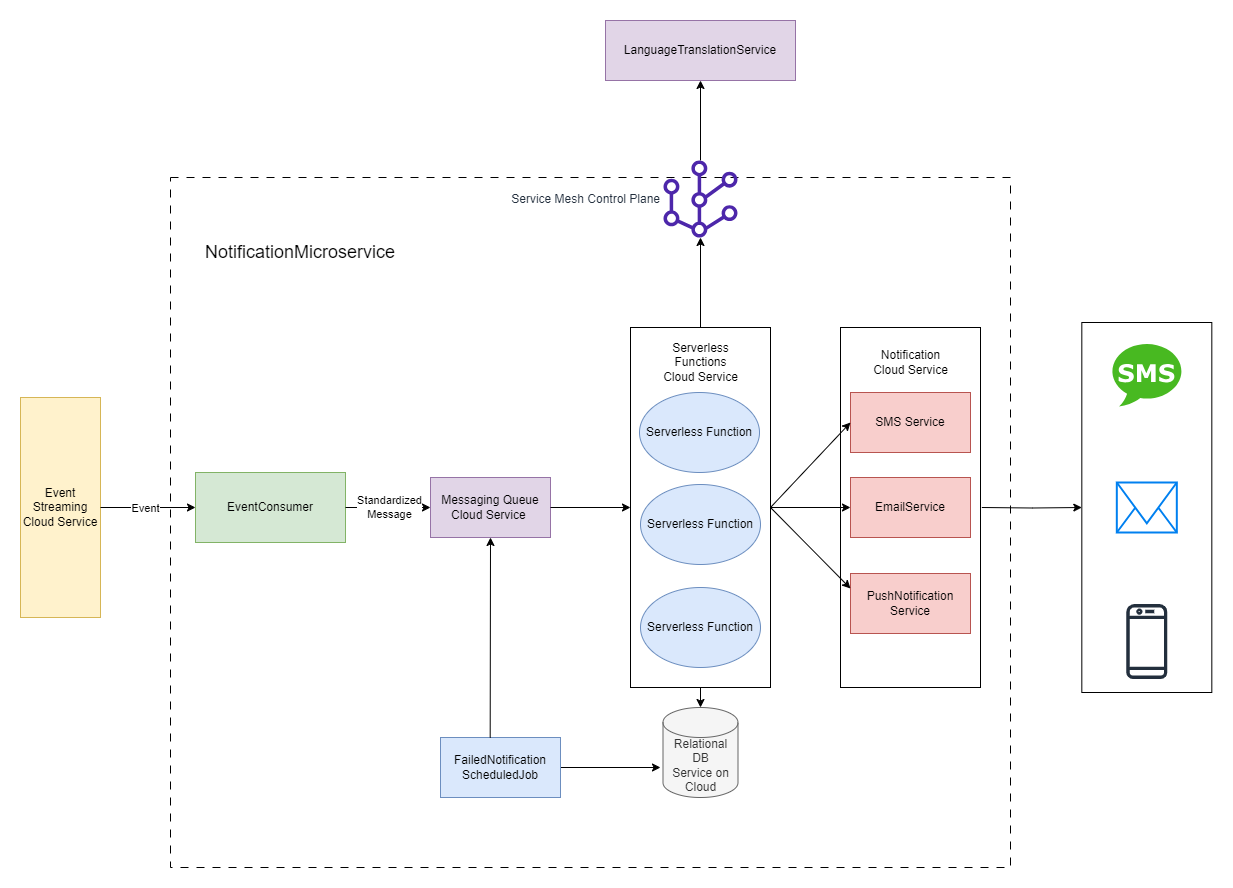
The draw.io diagram Diagrams/IndividualComponentDiagrams/NotificationService.drawio.png in beyond-blueprints/arch-katas-2023, before a commit. Source tidied: cells renumbered, new cells last; positions are measured from the earlier drawing's top-left corner, leaving out a move shared by most shapes.
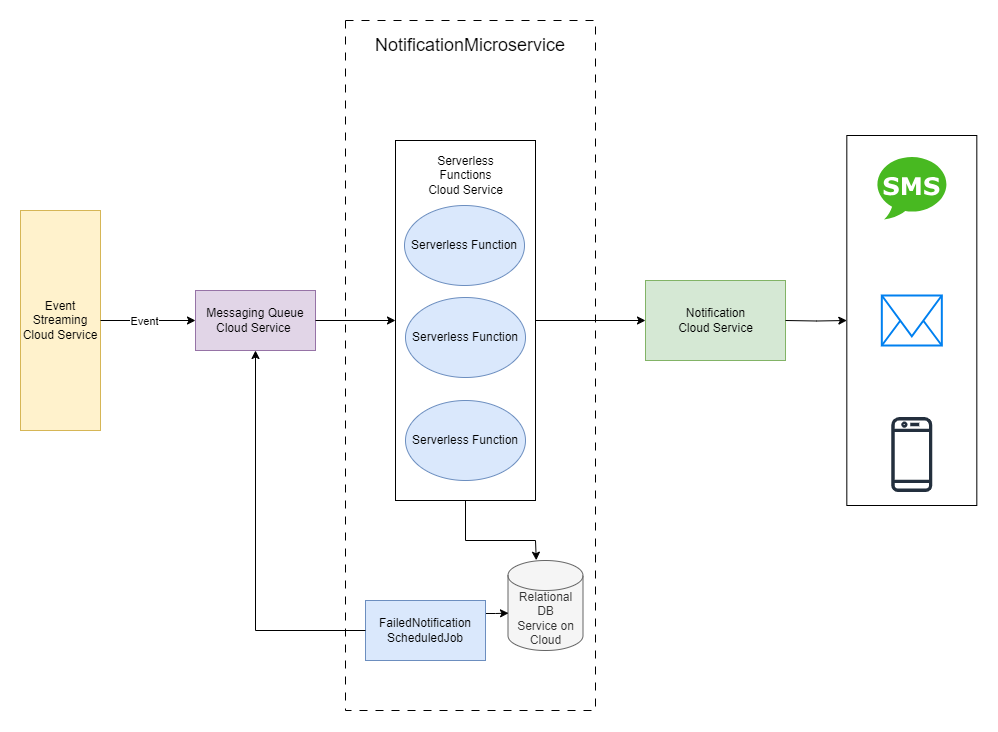
The same diagram one commit later.

Commit message:
notification diagram update

The edit, as a diff of the source:
```diff
@@ -3,20 +3,17 @@
     <mxCell id="0" />
     <mxCell id="1" parent="0" />
     <mxCell id="2" style="rounded=0;whiteSpace=wrap;html=1;align=right;fontSize=18;labelPosition=left;verticalLabelPosition=top;verticalAlign=bottom;horizontal=1;dashed=1;dashPattern=8 8;fillStyle=dots;strokeColor=default;fillColor=none;" parent="1" vertex="1">
-      <mxGeometry x="150" y="157" width="840" height="690" as="geometry" />
+      <mxGeometry x="560" y="187" width="250" height="690" as="geometry" />
     </mxCell>
-    <mxCell id="3" style="rounded=0;whiteSpace=wrap;html=1;" parent="1" vertex="1">
-      <mxGeometry x="820" y="307" width="140" height="360" as="geometry" />
+    <mxCell id="3" style="rounded=0;whiteSpace=wrap;html=1;fillColor=#d5e8d4;strokeColor=#82b366;" parent="1" vertex="1">
+      <mxGeometry x="860" y="447" width="140" height="80" as="geometry" />
     </mxCell>
     <mxCell id="4" style="rounded=0;whiteSpace=wrap;html=1;" parent="1" vertex="1">
       <mxGeometry x="610" y="307" width="140" height="360" as="geometry" />
     </mxCell>
     <mxCell id="5" value="Event Streaming Cloud Service" style="rounded=0;whiteSpace=wrap;html=1;fillColor=#fff2cc;strokeColor=#d6b656;" parent="1" vertex="1">
-      <mxGeometry y="377" width="80" height="220" as="geometry" />
+      <mxGeometry x="235" y="377" width="80" height="220" as="geometry" />
     </mxCell>
-    <mxCell id="6" value="EventConsumer" style="rounded=0;whiteSpace=wrap;html=1;fillColor=#d5e8d4;strokeColor=#82b366;" parent="1" vertex="1">
-      <mxGeometry x="175" y="452" width="150" height="70" as="geometry" />
-    </mxCell>
     <mxCell id="7" value="Serverless Function" style="ellipse;whiteSpace=wrap;html=1;fillColor=#dae8fc;strokeColor=#6c8ebf;" parent="1" vertex="1">
       <mxGeometry x="619" y="372" width="120" height="80" as="geometry" />
     </mxCell>
@@ -24,10 +21,12 @@
       <mxGeometry x="620" y="567" width="120" height="80" as="geometry" />
     </mxCell>
     <mxCell id="9" value="Relational&lt;br&gt;DB&lt;br&gt;Service on Cloud" style="shape=cylinder3;whiteSpace=wrap;html=1;boundedLbl=1;backgroundOutline=1;size=15;fillColor=#f5f5f5;strokeColor=#666666;fontColor=#333333;" parent="1" vertex="1">
-      <mxGeometry x="642.5" y="687" width="75" height="90" as="geometry" />
+      <mxGeometry x="722.5" y="727" width="75" height="90" as="geometry" />
     </mxCell>
-    <mxCell id="10" style="endArrow=classic;html=1;rounded=0;exitX=1;exitY=0.5;exitDx=0;exitDy=0;entryX=0;entryY=0.5;entryDx=0;entryDy=0;" parent="1" edge="1" source="5" target="6">
-      <mxGeometry relative="1" as="geometry" />
+    <mxCell id="10" style="endArrow=classic;html=1;rounded=0;exitX=1;exitY=0.5;exitDx=0;exitDy=0;entryX=0;entryY=0.5;entryDx=0;entryDy=0;" parent="1" edge="1" source="5">
+      <mxGeometry relative="1" as="geometry">
+        <mxPoint x="410" y="487" as="targetPoint" />
+      </mxGeometry>
     </mxCell>
     <mxCell id="11" value="Event" style="edgeLabel;html=1;align=center;verticalAlign=middle;" parent="10" vertex="1">
       <mxGeometry x="0.4" y="-1" relative="1" as="geometry">
@@ -37,72 +36,49 @@
     <mxCell id="12" value="Messaging Queue Cloud Service&amp;nbsp;" style="rounded=0;whiteSpace=wrap;html=1;fillColor=#e1d5e7;strokeColor=#9673a6;" parent="1" vertex="1">
       <mxGeometry x="410" y="457" width="120" height="60" as="geometry" />
     </mxCell>
-    <mxCell id="13" value="SMS Service" style="rounded=0;whiteSpace=wrap;html=1;fillColor=#f8cecc;strokeColor=#b85450;" parent="1" vertex="1">
-      <mxGeometry x="830" y="372" width="120" height="60" as="geometry" />
-    </mxCell>
-    <mxCell id="14" value="EmailService" style="rounded=0;whiteSpace=wrap;html=1;fillColor=#f8cecc;strokeColor=#b85450;" parent="1" vertex="1">
-      <mxGeometry x="830" y="457" width="120" height="60" as="geometry" />
-    </mxCell>
-    <mxCell id="15" value="PushNotification&lt;br&gt;Service" style="rounded=0;whiteSpace=wrap;html=1;fillColor=#f8cecc;strokeColor=#b85450;" parent="1" vertex="1">
-      <mxGeometry x="830" y="553" width="120" height="60" as="geometry" />
-    </mxCell>
-    <mxCell id="16" style="endArrow=classic;html=1;rounded=0;exitX=1;exitY=0.5;exitDx=0;exitDy=0;entryX=0;entryY=0.5;entryDx=0;entryDy=0;" parent="1" edge="1" source="6" target="12">
-      <mxGeometry relative="1" as="geometry" />
-    </mxCell>
-    <mxCell id="17" value="Standardized &lt;br&gt;Message" style="edgeLabel;html=1;align=center;verticalAlign=middle;" parent="16" vertex="1">
-      <mxGeometry x="-0.03" y="1" relative="1" as="geometry" />
-    </mxCell>
-    <mxCell id="18" style="endArrow=classic;html=1;rounded=0;exitX=0;exitY=0.5;exitDx=0;exitDy=0;" parent="1" edge="1" source="19">
-      <mxGeometry relative="1" as="geometry">
-        <mxPoint x="640" y="747" as="targetPoint" />
-      </mxGeometry>
-    </mxCell>
+    <mxCell id="39" style="edgeStyle=orthogonalEdgeStyle;rounded=0;jettySize=auto;html=1;entryX=0.007;entryY=0.585;entryDx=0;entryDy=0;entryPerimeter=0;" parent="1" edge="1" source="19" target="9">
+      <mxGeometry relative="1" as="geometry">
+        <Array as="points">
+          <mxPoint x="710" y="780" />
+          <mxPoint x="710" y="780" />
+        </Array>
+      </mxGeometry>
+    </mxCell>
     <mxCell id="19" value="FailedNotification&lt;br style=&quot;border-color: var(--border-color);&quot;&gt;ScheduledJob" style="rounded=0;whiteSpace=wrap;html=1;fillColor=#dae8fc;strokeColor=#6c8ebf;" parent="1" vertex="1">
-      <mxGeometry x="420" y="717" width="120" height="60" as="geometry" />
+      <mxGeometry x="580" y="767" width="120" height="60" as="geometry" />
     </mxCell>
     <mxCell id="20" value="Serverless Function" style="ellipse;whiteSpace=wrap;html=1;fillColor=#dae8fc;strokeColor=#6c8ebf;" parent="1" vertex="1">
       <mxGeometry x="620" y="464" width="120" height="80" as="geometry" />
     </mxCell>
-    <mxCell id="21" style="endArrow=classic;html=1;rounded=0;exitX=0.414;exitY=0.003;exitDx=0;exitDy=0;exitPerimeter=0;entryX=0.5;entryY=1;entryDx=0;entryDy=0;" parent="1" edge="1" source="19" target="12">
-      <mxGeometry relative="1" as="geometry" />
+    <mxCell id="21" style="endArrow=classic;html=1;rounded=0;exitX=0;exitY=0.5;exitDx=0;exitDy=0;entryX=0.5;entryY=1;entryDx=0;entryDy=0;" parent="1" edge="1" source="19" target="12">
+      <mxGeometry relative="1" as="geometry">
+        <Array as="points">
+          <mxPoint x="470" y="797" />
+        </Array>
+      </mxGeometry>
     </mxCell>
     <mxCell id="22" style="endArrow=classic;html=1;rounded=0;exitX=1;exitY=0.5;exitDx=0;exitDy=0;entryX=0;entryY=0.5;entryDx=0;entryDy=0;" parent="1" edge="1" source="12" target="4">
       <mxGeometry relative="1" as="geometry" />
     </mxCell>
-    <mxCell id="23" style="endArrow=classic;html=1;rounded=0;exitX=1;exitY=0.5;exitDx=0;exitDy=0;entryX=0;entryY=0.5;entryDx=0;entryDy=0;" parent="1" edge="1" source="4" target="13">
-      <mxGeometry relative="1" as="geometry" />
-    </mxCell>
-    <mxCell id="24" style="endArrow=classic;html=1;rounded=0;exitX=1;exitY=0.5;exitDx=0;exitDy=0;entryX=0;entryY=0.25;entryDx=0;entryDy=0;" parent="1" edge="1" source="4" target="15">
-      <mxGeometry relative="1" as="geometry" />
-    </mxCell>
-    <mxCell id="25" style="endArrow=classic;html=1;rounded=0;exitX=1;exitY=0.5;exitDx=0;exitDy=0;entryX=0;entryY=0.5;entryDx=0;entryDy=0;" parent="1" edge="1" source="4" target="14">
-      <mxGeometry relative="1" as="geometry" />
+    <mxCell id="25" style="endArrow=classic;html=1;rounded=0;exitX=1;exitY=0.5;exitDx=0;exitDy=0;" parent="1" edge="1" source="4">
+      <mxGeometry relative="1" as="geometry">
+        <mxPoint x="860" y="487" as="targetPoint" />
+      </mxGeometry>
     </mxCell>
-    <mxCell id="26" style="endArrow=classic;html=1;rounded=0;exitX=0.5;exitY=1;exitDx=0;exitDy=0;" parent="1" edge="1" source="4" target="9">
+    <mxCell id="26" style="endArrow=classic;html=1;rounded=0;exitX=0.5;exitY=1;exitDx=0;exitDy=0;entryX=0.377;entryY=-0.003;entryDx=0;entryDy=0;entryPerimeter=0;" parent="1" edge="1" source="4" target="9">
       <mxGeometry relative="1" as="geometry">
         <Array as="points">
-          <mxPoint x="680" y="687" />
+          <mxPoint x="680" y="707" />
+          <mxPoint x="750" y="707" />
         </Array>
       </mxGeometry>
     </mxCell>
     <mxCell id="27" value="NotificationMicroservice" style="text;html=1;strokeColor=none;fillColor=none;align=center;verticalAlign=middle;whiteSpace=wrap;rounded=0;fontSize=18;" parent="1" vertex="1">
-      <mxGeometry x="210" y="217" width="140" height="30" as="geometry" />
+      <mxGeometry x="615" y="197" width="140" height="30" as="geometry" />
     </mxCell>
-    <mxCell id="28" value="LanguageTranslationService" style="rounded=0;whiteSpace=wrap;html=1;fillColor=#e1d5e7;strokeColor=#9673a6;" parent="1" vertex="1">
-      <mxGeometry x="585" width="190" height="60" as="geometry" />
-    </mxCell>
-    <mxCell id="29" style="endArrow=classic;html=1;rounded=0;exitX=0.5;exitY=0;exitDx=0;exitDy=0;entryX=0.5;entryY=1;entryDx=0;entryDy=0;" parent="1" edge="1" source="31" target="28">
-      <mxGeometry relative="1" as="geometry" />
-    </mxCell>
-    <mxCell id="30" style="endArrow=classic;html=1;rounded=0;exitX=0.5;exitY=0;exitDx=0;exitDy=0;entryX=0.5;entryY=1;entryDx=0;entryDy=0;" parent="1" edge="1" source="4" target="31">
-      <mxGeometry relative="1" as="geometry" />
-    </mxCell>
-    <mxCell id="31" value="Service Mesh Control Plane" style="sketch=0;outlineConnect=0;fontColor=#232F3E;gradientColor=none;fillColor=#4D27AA;strokeColor=none;dashed=0;verticalLabelPosition=middle;verticalAlign=middle;align=right;html=1;fontSize=12;fontStyle=0;shape=mxgraph.aws4.mesh;labelPosition=left;" parent="1" vertex="1">
-      <mxGeometry x="641" y="140" width="78" height="77" as="geometry" />
-    </mxCell>
     <mxCell id="32" style="edgeStyle=orthogonalEdgeStyle;rounded=0;jettySize=auto;html=1;" parent="1" edge="1" target="33">
       <mxGeometry relative="1" as="geometry">
-        <mxPoint x="961.3" y="487" as="sourcePoint" />
+        <mxPoint x="1000" y="487" as="sourcePoint" />
       </mxGeometry>
     </mxCell>
     <mxCell id="33" style="rounded=0;whiteSpace=wrap;html=1;" parent="1" vertex="1">
@@ -121,7 +97,7 @@
       <mxGeometry x="637.5" y="327" width="85" height="30" as="geometry" />
     </mxCell>
     <mxCell id="38" value="Notification Cloud Service" style="text;html=1;strokeColor=none;fillColor=none;align=center;verticalAlign=middle;whiteSpace=wrap;rounded=0;" parent="1" vertex="1">
-      <mxGeometry x="847.5" y="327" width="85" height="30" as="geometry" />
+      <mxGeometry x="887.5" y="472" width="85" height="30" as="geometry" />
     </mxCell>
   </root>
 </mxGraphModel>
```
